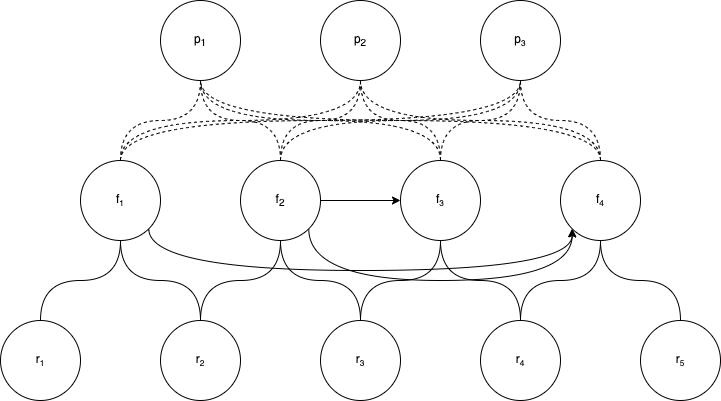
This is publication_2/images/graph.png from Dambr/yewking, a draw.io export, as it was before one commit. Source tidied: cells renumbered, new cells last; positions are measured from the earlier drawing's top-left corner, leaving out a move shared by most shapes.
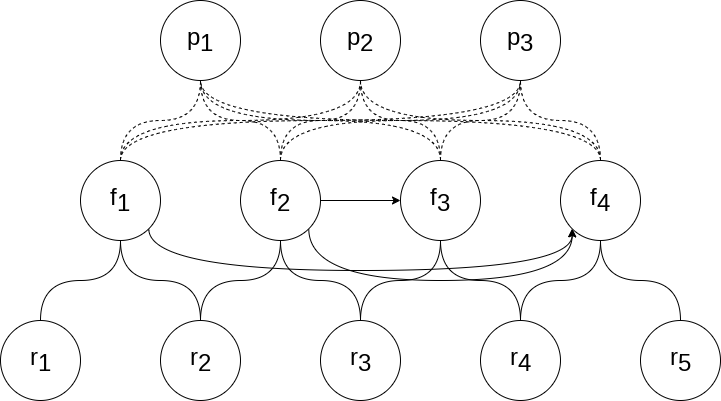
Above is the later version.

Diff of the diagram source:
```diff
@@ -2,19 +2,19 @@
   <root>
     <mxCell id="0" />
     <mxCell id="1" parent="0" />
-    <mxCell id="2" value="p&lt;sub&gt;1&lt;/sub&gt;" style="ellipse;whiteSpace=wrap;html=1;" parent="1" vertex="1">
+    <mxCell id="2" value="p&lt;sub style=&quot;font-size: 24px;&quot;&gt;1&lt;/sub&gt;" style="ellipse;whiteSpace=wrap;html=1;fontSize=24;" parent="1" vertex="1">
       <mxGeometry x="160" width="80" height="80" as="geometry" />
     </mxCell>
-    <mxCell id="3" value="p&lt;sub&gt;2&lt;/sub&gt;" style="ellipse;whiteSpace=wrap;html=1;" parent="1" vertex="1">
+    <mxCell id="3" value="p&lt;sub style=&quot;font-size: 24px;&quot;&gt;2&lt;/sub&gt;" style="ellipse;whiteSpace=wrap;html=1;fontSize=24;" parent="1" vertex="1">
       <mxGeometry x="320" width="80" height="80" as="geometry" />
     </mxCell>
-    <mxCell id="4" value="p&lt;span style=&quot;font-size: 10px;&quot;&gt;&lt;sub&gt;3&lt;/sub&gt;&lt;/span&gt;" style="ellipse;whiteSpace=wrap;html=1;" parent="1" vertex="1">
+    <mxCell id="4" value="p&lt;span style=&quot;font-size: 24px;&quot;&gt;&lt;sub style=&quot;font-size: 24px;&quot;&gt;3&lt;/sub&gt;&lt;/span&gt;" style="ellipse;whiteSpace=wrap;html=1;fontSize=24;" parent="1" vertex="1">
       <mxGeometry x="480" width="80" height="80" as="geometry" />
     </mxCell>
-    <mxCell id="5" style="edgeStyle=orthogonalEdgeStyle;curved=1;rounded=0;jettySize=auto;html=1;exitX=1;exitY=0.5;exitDx=0;exitDy=0;entryX=0;entryY=0.5;entryDx=0;entryDy=0;" parent="1" edge="1" source="10" target="19">
+    <mxCell id="5" style="edgeStyle=orthogonalEdgeStyle;curved=1;rounded=0;jettySize=auto;html=1;exitX=1;exitY=0.5;exitDx=0;exitDy=0;entryX=0;entryY=0.5;entryDx=0;entryDy=0;fontSize=24;" parent="1" edge="1" source="10" target="19">
       <mxGeometry relative="1" as="geometry" />
     </mxCell>
-    <mxCell id="6" style="edgeStyle=orthogonalEdgeStyle;curved=1;rounded=0;jettySize=auto;html=1;exitX=1;exitY=1;exitDx=0;exitDy=0;entryX=0;entryY=1;entryDx=0;entryDy=0;elbow=vertical;" parent="1" edge="1" source="10" target="23">
+    <mxCell id="6" style="edgeStyle=orthogonalEdgeStyle;curved=1;rounded=0;jettySize=auto;html=1;exitX=1;exitY=1;exitDx=0;exitDy=0;entryX=0;entryY=1;entryDx=0;entryDy=0;elbow=vertical;fontSize=24;" parent="1" edge="1" source="10" target="23">
       <mxGeometry relative="1" as="geometry">
         <Array as="points">
           <mxPoint x="308" y="280" />
@@ -22,28 +22,28 @@
         </Array>
       </mxGeometry>
     </mxCell>
-    <mxCell id="7" style="edgeStyle=orthogonalEdgeStyle;curved=1;rounded=0;jettySize=auto;html=1;exitX=0.5;exitY=0;exitDx=0;exitDy=0;entryX=0.5;entryY=1;entryDx=0;entryDy=0;elbow=vertical;dashed=1;endArrow=none;endFill=0;" parent="1" edge="1" source="10" target="2">
+    <mxCell id="7" style="edgeStyle=orthogonalEdgeStyle;curved=1;rounded=0;jettySize=auto;html=1;exitX=0.5;exitY=0;exitDx=0;exitDy=0;entryX=0.5;entryY=1;entryDx=0;entryDy=0;elbow=vertical;dashed=1;endArrow=none;endFill=0;fontSize=24;" parent="1" edge="1" source="10" target="2">
       <mxGeometry relative="1" as="geometry" />
     </mxCell>
-    <mxCell id="8" style="edgeStyle=orthogonalEdgeStyle;curved=1;rounded=0;jettySize=auto;html=1;exitX=0.5;exitY=0;exitDx=0;exitDy=0;entryX=0.5;entryY=1;entryDx=0;entryDy=0;elbow=vertical;endArrow=none;endFill=0;dashed=1;" parent="1" edge="1" source="10" target="3">
+    <mxCell id="8" style="edgeStyle=orthogonalEdgeStyle;curved=1;rounded=0;jettySize=auto;html=1;exitX=0.5;exitY=0;exitDx=0;exitDy=0;entryX=0.5;entryY=1;entryDx=0;entryDy=0;elbow=vertical;endArrow=none;endFill=0;dashed=1;fontSize=24;" parent="1" edge="1" source="10" target="3">
       <mxGeometry relative="1" as="geometry" />
     </mxCell>
-    <mxCell id="9" style="edgeStyle=orthogonalEdgeStyle;curved=1;rounded=0;jettySize=auto;html=1;exitX=0.5;exitY=0;exitDx=0;exitDy=0;entryX=0.5;entryY=1;entryDx=0;entryDy=0;elbow=vertical;endArrow=none;endFill=0;dashed=1;" parent="1" edge="1" source="10" target="4">
+    <mxCell id="9" style="edgeStyle=orthogonalEdgeStyle;curved=1;rounded=0;jettySize=auto;html=1;exitX=0.5;exitY=0;exitDx=0;exitDy=0;entryX=0.5;entryY=1;entryDx=0;entryDy=0;elbow=vertical;endArrow=none;endFill=0;dashed=1;fontSize=24;" parent="1" edge="1" source="10" target="4">
       <mxGeometry relative="1" as="geometry" />
     </mxCell>
-    <mxCell id="10" value="f&lt;sub&gt;2&lt;/sub&gt;" style="ellipse;whiteSpace=wrap;html=1;" parent="1" vertex="1">
+    <mxCell id="10" value="f&lt;sub style=&quot;font-size: 24px;&quot;&gt;2&lt;/sub&gt;" style="ellipse;whiteSpace=wrap;html=1;fontSize=24;" parent="1" vertex="1">
       <mxGeometry x="240" y="160" width="80" height="80" as="geometry" />
     </mxCell>
-    <mxCell id="11" style="edgeStyle=orthogonalEdgeStyle;curved=1;rounded=0;jettySize=auto;html=1;exitX=0.5;exitY=0;exitDx=0;exitDy=0;entryX=0.5;entryY=1;entryDx=0;entryDy=0;elbow=vertical;endArrow=none;endFill=0;dashed=1;" parent="1" edge="1" source="15" target="2">
+    <mxCell id="11" style="edgeStyle=orthogonalEdgeStyle;curved=1;rounded=0;jettySize=auto;html=1;exitX=0.5;exitY=0;exitDx=0;exitDy=0;entryX=0.5;entryY=1;entryDx=0;entryDy=0;elbow=vertical;endArrow=none;endFill=0;dashed=1;fontSize=24;" parent="1" edge="1" source="15" target="2">
       <mxGeometry relative="1" as="geometry" />
     </mxCell>
-    <mxCell id="12" style="edgeStyle=orthogonalEdgeStyle;curved=1;rounded=0;jettySize=auto;html=1;exitX=0.5;exitY=0;exitDx=0;exitDy=0;entryX=0.5;entryY=1;entryDx=0;entryDy=0;elbow=vertical;endArrow=none;endFill=0;dashed=1;" parent="1" edge="1" source="15" target="3">
+    <mxCell id="12" style="edgeStyle=orthogonalEdgeStyle;curved=1;rounded=0;jettySize=auto;html=1;exitX=0.5;exitY=0;exitDx=0;exitDy=0;entryX=0.5;entryY=1;entryDx=0;entryDy=0;elbow=vertical;endArrow=none;endFill=0;dashed=1;fontSize=24;" parent="1" edge="1" source="15" target="3">
       <mxGeometry relative="1" as="geometry" />
     </mxCell>
-    <mxCell id="13" style="edgeStyle=orthogonalEdgeStyle;curved=1;rounded=0;jettySize=auto;html=1;exitX=0.5;exitY=0;exitDx=0;exitDy=0;entryX=0.5;entryY=1;entryDx=0;entryDy=0;elbow=vertical;endArrow=none;endFill=0;dashed=1;" parent="1" edge="1" source="15" target="4">
+    <mxCell id="13" style="edgeStyle=orthogonalEdgeStyle;curved=1;rounded=0;jettySize=auto;html=1;exitX=0.5;exitY=0;exitDx=0;exitDy=0;entryX=0.5;entryY=1;entryDx=0;entryDy=0;elbow=vertical;endArrow=none;endFill=0;dashed=1;fontSize=24;" parent="1" edge="1" source="15" target="4">
       <mxGeometry relative="1" as="geometry" />
     </mxCell>
-    <mxCell id="14" style="edgeStyle=orthogonalEdgeStyle;curved=1;rounded=0;jettySize=auto;html=1;exitX=1;exitY=1;exitDx=0;exitDy=0;entryX=0;entryY=1;entryDx=0;entryDy=0;" parent="1" edge="1" source="15" target="23">
+    <mxCell id="14" style="edgeStyle=orthogonalEdgeStyle;curved=1;rounded=0;jettySize=auto;html=1;exitX=1;exitY=1;exitDx=0;exitDy=0;entryX=0;entryY=1;entryDx=0;entryDy=0;fontSize=24;" parent="1" edge="1" source="15" target="23">
       <mxGeometry relative="1" as="geometry">
         <Array as="points">
           <mxPoint x="148" y="270" />
@@ -51,70 +51,70 @@
         </Array>
       </mxGeometry>
     </mxCell>
-    <mxCell id="15" value="f&lt;span style=&quot;font-size: 10px;&quot;&gt;&lt;sub&gt;1&lt;/sub&gt;&lt;/span&gt;" style="ellipse;whiteSpace=wrap;html=1;" parent="1" vertex="1">
+    <mxCell id="15" value="f&lt;span style=&quot;font-size: 24px;&quot;&gt;&lt;sub style=&quot;font-size: 24px;&quot;&gt;1&lt;/sub&gt;&lt;/span&gt;" style="ellipse;whiteSpace=wrap;html=1;fontSize=24;" parent="1" vertex="1">
       <mxGeometry x="80" y="160" width="80" height="80" as="geometry" />
     </mxCell>
-    <mxCell id="16" style="edgeStyle=orthogonalEdgeStyle;curved=1;rounded=0;jettySize=auto;html=1;exitX=0.5;exitY=0;exitDx=0;exitDy=0;entryX=0.5;entryY=1;entryDx=0;entryDy=0;elbow=vertical;endArrow=none;endFill=0;dashed=1;" parent="1" edge="1" source="19" target="2">
+    <mxCell id="16" style="edgeStyle=orthogonalEdgeStyle;curved=1;rounded=0;jettySize=auto;html=1;exitX=0.5;exitY=0;exitDx=0;exitDy=0;entryX=0.5;entryY=1;entryDx=0;entryDy=0;elbow=vertical;endArrow=none;endFill=0;dashed=1;fontSize=24;" parent="1" edge="1" source="19" target="2">
       <mxGeometry relative="1" as="geometry" />
     </mxCell>
-    <mxCell id="17" style="edgeStyle=orthogonalEdgeStyle;curved=1;rounded=0;jettySize=auto;html=1;exitX=0.5;exitY=0;exitDx=0;exitDy=0;entryX=0.5;entryY=1;entryDx=0;entryDy=0;elbow=vertical;endArrow=none;endFill=0;dashed=1;" parent="1" edge="1" source="19" target="3">
+    <mxCell id="17" style="edgeStyle=orthogonalEdgeStyle;curved=1;rounded=0;jettySize=auto;html=1;exitX=0.5;exitY=0;exitDx=0;exitDy=0;entryX=0.5;entryY=1;entryDx=0;entryDy=0;elbow=vertical;endArrow=none;endFill=0;dashed=1;fontSize=24;" parent="1" edge="1" source="19" target="3">
       <mxGeometry relative="1" as="geometry" />
     </mxCell>
-    <mxCell id="18" style="edgeStyle=orthogonalEdgeStyle;curved=1;rounded=0;jettySize=auto;html=1;exitX=0.5;exitY=0;exitDx=0;exitDy=0;entryX=0.5;entryY=1;entryDx=0;entryDy=0;elbow=vertical;endArrow=none;endFill=0;dashed=1;" parent="1" edge="1" source="19" target="4">
+    <mxCell id="18" style="edgeStyle=orthogonalEdgeStyle;curved=1;rounded=0;jettySize=auto;html=1;exitX=0.5;exitY=0;exitDx=0;exitDy=0;entryX=0.5;entryY=1;entryDx=0;entryDy=0;elbow=vertical;endArrow=none;endFill=0;dashed=1;fontSize=24;" parent="1" edge="1" source="19" target="4">
       <mxGeometry relative="1" as="geometry" />
     </mxCell>
-    <mxCell id="19" value="f&lt;span style=&quot;font-size: 10px;&quot;&gt;&lt;sub&gt;3&lt;/sub&gt;&lt;/span&gt;" style="ellipse;whiteSpace=wrap;html=1;" parent="1" vertex="1">
+    <mxCell id="19" value="f&lt;span style=&quot;font-size: 24px;&quot;&gt;&lt;sub style=&quot;font-size: 24px;&quot;&gt;3&lt;/sub&gt;&lt;/span&gt;" style="ellipse;whiteSpace=wrap;html=1;fontSize=24;" parent="1" vertex="1">
       <mxGeometry x="400" y="160" width="80" height="80" as="geometry" />
     </mxCell>
-    <mxCell id="20" style="edgeStyle=orthogonalEdgeStyle;curved=1;rounded=0;jettySize=auto;html=1;exitX=0.5;exitY=0;exitDx=0;exitDy=0;entryX=0.5;entryY=1;entryDx=0;entryDy=0;elbow=vertical;endArrow=none;endFill=0;dashed=1;" parent="1" edge="1" source="23" target="2">
+    <mxCell id="20" style="edgeStyle=orthogonalEdgeStyle;curved=1;rounded=0;jettySize=auto;html=1;exitX=0.5;exitY=0;exitDx=0;exitDy=0;entryX=0.5;entryY=1;entryDx=0;entryDy=0;elbow=vertical;endArrow=none;endFill=0;dashed=1;fontSize=24;" parent="1" edge="1" source="23" target="2">
       <mxGeometry relative="1" as="geometry" />
     </mxCell>
-    <mxCell id="21" style="edgeStyle=orthogonalEdgeStyle;curved=1;rounded=0;jettySize=auto;html=1;exitX=0.5;exitY=0;exitDx=0;exitDy=0;entryX=0.5;entryY=1;entryDx=0;entryDy=0;elbow=vertical;endArrow=none;endFill=0;dashed=1;" parent="1" edge="1" source="23" target="3">
+    <mxCell id="21" style="edgeStyle=orthogonalEdgeStyle;curved=1;rounded=0;jettySize=auto;html=1;exitX=0.5;exitY=0;exitDx=0;exitDy=0;entryX=0.5;entryY=1;entryDx=0;entryDy=0;elbow=vertical;endArrow=none;endFill=0;dashed=1;fontSize=24;" parent="1" edge="1" source="23" target="3">
       <mxGeometry relative="1" as="geometry" />
     </mxCell>
-    <mxCell id="22" style="edgeStyle=orthogonalEdgeStyle;curved=1;rounded=0;jettySize=auto;html=1;exitX=0.5;exitY=0;exitDx=0;exitDy=0;entryX=0.5;entryY=1;entryDx=0;entryDy=0;elbow=vertical;endArrow=none;endFill=0;dashed=1;" parent="1" edge="1" source="23" target="4">
+    <mxCell id="22" style="edgeStyle=orthogonalEdgeStyle;curved=1;rounded=0;jettySize=auto;html=1;exitX=0.5;exitY=0;exitDx=0;exitDy=0;entryX=0.5;entryY=1;entryDx=0;entryDy=0;elbow=vertical;endArrow=none;endFill=0;dashed=1;fontSize=24;" parent="1" edge="1" source="23" target="4">
       <mxGeometry relative="1" as="geometry" />
     </mxCell>
-    <mxCell id="23" value="f&lt;span style=&quot;font-size: 10px;&quot;&gt;&lt;sub&gt;4&lt;/sub&gt;&lt;/span&gt;" style="ellipse;whiteSpace=wrap;html=1;" parent="1" vertex="1">
+    <mxCell id="23" value="f&lt;span style=&quot;font-size: 24px;&quot;&gt;&lt;sub style=&quot;font-size: 24px;&quot;&gt;4&lt;/sub&gt;&lt;/span&gt;" style="ellipse;whiteSpace=wrap;html=1;fontSize=24;" parent="1" vertex="1">
       <mxGeometry x="560" y="160" width="80" height="80" as="geometry" />
     </mxCell>
-    <mxCell id="24" style="edgeStyle=orthogonalEdgeStyle;curved=1;rounded=0;jettySize=auto;html=1;exitX=0.5;exitY=0;exitDx=0;exitDy=0;entryX=0.5;entryY=1;entryDx=0;entryDy=0;endArrow=none;endFill=0;" parent="1" edge="1" source="25" target="15">
+    <mxCell id="24" style="edgeStyle=orthogonalEdgeStyle;curved=1;rounded=0;jettySize=auto;html=1;exitX=0.5;exitY=0;exitDx=0;exitDy=0;entryX=0.5;entryY=1;entryDx=0;entryDy=0;endArrow=none;endFill=0;fontSize=24;" parent="1" edge="1" source="25" target="15">
       <mxGeometry relative="1" as="geometry" />
     </mxCell>
-    <mxCell id="25" value="r&lt;span style=&quot;font-size: 10px;&quot;&gt;&lt;sub&gt;1&lt;/sub&gt;&lt;/span&gt;" style="ellipse;whiteSpace=wrap;html=1;" parent="1" vertex="1">
+    <mxCell id="25" value="r&lt;span style=&quot;font-size: 24px;&quot;&gt;&lt;sub style=&quot;font-size: 24px;&quot;&gt;1&lt;/sub&gt;&lt;/span&gt;" style="ellipse;whiteSpace=wrap;html=1;fontSize=24;" parent="1" vertex="1">
       <mxGeometry y="320" width="80" height="80" as="geometry" />
     </mxCell>
-    <mxCell id="26" style="edgeStyle=orthogonalEdgeStyle;curved=1;rounded=0;jettySize=auto;html=1;exitX=0.5;exitY=0;exitDx=0;exitDy=0;entryX=0.5;entryY=1;entryDx=0;entryDy=0;endArrow=none;endFill=0;" parent="1" edge="1" source="28" target="15">
+    <mxCell id="26" style="edgeStyle=orthogonalEdgeStyle;curved=1;rounded=0;jettySize=auto;html=1;exitX=0.5;exitY=0;exitDx=0;exitDy=0;entryX=0.5;entryY=1;entryDx=0;entryDy=0;endArrow=none;endFill=0;fontSize=24;" parent="1" edge="1" source="28" target="15">
       <mxGeometry relative="1" as="geometry" />
     </mxCell>
-    <mxCell id="27" style="edgeStyle=orthogonalEdgeStyle;curved=1;rounded=0;jettySize=auto;html=1;exitX=0.5;exitY=0;exitDx=0;exitDy=0;entryX=0.5;entryY=1;entryDx=0;entryDy=0;endArrow=none;endFill=0;" parent="1" edge="1" source="28" target="10">
+    <mxCell id="27" style="edgeStyle=orthogonalEdgeStyle;curved=1;rounded=0;jettySize=auto;html=1;exitX=0.5;exitY=0;exitDx=0;exitDy=0;entryX=0.5;entryY=1;entryDx=0;entryDy=0;endArrow=none;endFill=0;fontSize=24;" parent="1" edge="1" source="28" target="10">
       <mxGeometry relative="1" as="geometry" />
     </mxCell>
-    <mxCell id="28" value="r&lt;span style=&quot;font-size: 10px;&quot;&gt;&lt;sub&gt;2&lt;/sub&gt;&lt;/span&gt;" style="ellipse;whiteSpace=wrap;html=1;" parent="1" vertex="1">
+    <mxCell id="28" value="r&lt;span style=&quot;font-size: 24px;&quot;&gt;&lt;sub style=&quot;font-size: 24px;&quot;&gt;2&lt;/sub&gt;&lt;/span&gt;" style="ellipse;whiteSpace=wrap;html=1;fontSize=24;" parent="1" vertex="1">
       <mxGeometry x="160" y="320" width="80" height="80" as="geometry" />
     </mxCell>
-    <mxCell id="29" style="edgeStyle=orthogonalEdgeStyle;curved=1;rounded=0;jettySize=auto;html=1;exitX=0.5;exitY=0;exitDx=0;exitDy=0;entryX=0.5;entryY=1;entryDx=0;entryDy=0;endArrow=none;endFill=0;" parent="1" edge="1" source="31" target="10">
+    <mxCell id="29" style="edgeStyle=orthogonalEdgeStyle;curved=1;rounded=0;jettySize=auto;html=1;exitX=0.5;exitY=0;exitDx=0;exitDy=0;entryX=0.5;entryY=1;entryDx=0;entryDy=0;endArrow=none;endFill=0;fontSize=24;" parent="1" edge="1" source="31" target="10">
       <mxGeometry relative="1" as="geometry" />
     </mxCell>
-    <mxCell id="30" style="edgeStyle=orthogonalEdgeStyle;curved=1;rounded=0;jettySize=auto;html=1;exitX=0.5;exitY=0;exitDx=0;exitDy=0;entryX=0.5;entryY=1;entryDx=0;entryDy=0;endArrow=none;endFill=0;" parent="1" edge="1" source="31" target="19">
+    <mxCell id="30" style="edgeStyle=orthogonalEdgeStyle;curved=1;rounded=0;jettySize=auto;html=1;exitX=0.5;exitY=0;exitDx=0;exitDy=0;entryX=0.5;entryY=1;entryDx=0;entryDy=0;endArrow=none;endFill=0;fontSize=24;" parent="1" edge="1" source="31" target="19">
       <mxGeometry relative="1" as="geometry" />
     </mxCell>
-    <mxCell id="31" value="r&lt;span style=&quot;font-size: 10px;&quot;&gt;&lt;sub&gt;3&lt;/sub&gt;&lt;/span&gt;" style="ellipse;whiteSpace=wrap;html=1;" parent="1" vertex="1">
+    <mxCell id="31" value="r&lt;span style=&quot;font-size: 24px;&quot;&gt;&lt;sub style=&quot;font-size: 24px;&quot;&gt;3&lt;/sub&gt;&lt;/span&gt;" style="ellipse;whiteSpace=wrap;html=1;fontSize=24;" parent="1" vertex="1">
       <mxGeometry x="320" y="320" width="80" height="80" as="geometry" />
     </mxCell>
-    <mxCell id="32" style="edgeStyle=orthogonalEdgeStyle;curved=1;rounded=0;jettySize=auto;html=1;exitX=0.5;exitY=0;exitDx=0;exitDy=0;entryX=0.5;entryY=1;entryDx=0;entryDy=0;endArrow=none;endFill=0;" parent="1" edge="1" source="34" target="19">
+    <mxCell id="32" style="edgeStyle=orthogonalEdgeStyle;curved=1;rounded=0;jettySize=auto;html=1;exitX=0.5;exitY=0;exitDx=0;exitDy=0;entryX=0.5;entryY=1;entryDx=0;entryDy=0;endArrow=none;endFill=0;fontSize=24;" parent="1" edge="1" source="34" target="19">
       <mxGeometry relative="1" as="geometry" />
     </mxCell>
-    <mxCell id="33" style="edgeStyle=orthogonalEdgeStyle;curved=1;rounded=0;jettySize=auto;html=1;exitX=0.5;exitY=0;exitDx=0;exitDy=0;entryX=0.5;entryY=1;entryDx=0;entryDy=0;endArrow=none;endFill=0;" parent="1" edge="1" source="34" target="23">
+    <mxCell id="33" style="edgeStyle=orthogonalEdgeStyle;curved=1;rounded=0;jettySize=auto;html=1;exitX=0.5;exitY=0;exitDx=0;exitDy=0;entryX=0.5;entryY=1;entryDx=0;entryDy=0;endArrow=none;endFill=0;fontSize=24;" parent="1" edge="1" source="34" target="23">
       <mxGeometry relative="1" as="geometry" />
     </mxCell>
-    <mxCell id="34" value="r&lt;span style=&quot;font-size: 10px;&quot;&gt;&lt;sub&gt;4&lt;/sub&gt;&lt;/span&gt;" style="ellipse;whiteSpace=wrap;html=1;" parent="1" vertex="1">
+    <mxCell id="34" value="r&lt;span style=&quot;font-size: 24px;&quot;&gt;&lt;sub style=&quot;font-size: 24px;&quot;&gt;4&lt;/sub&gt;&lt;/span&gt;" style="ellipse;whiteSpace=wrap;html=1;fontSize=24;" parent="1" vertex="1">
       <mxGeometry x="480" y="320" width="80" height="80" as="geometry" />
     </mxCell>
-    <mxCell id="35" style="edgeStyle=orthogonalEdgeStyle;curved=1;rounded=0;jettySize=auto;html=1;exitX=0.5;exitY=0;exitDx=0;exitDy=0;entryX=0.5;entryY=1;entryDx=0;entryDy=0;endArrow=none;endFill=0;" parent="1" edge="1" source="36" target="23">
+    <mxCell id="35" style="edgeStyle=orthogonalEdgeStyle;curved=1;rounded=0;jettySize=auto;html=1;exitX=0.5;exitY=0;exitDx=0;exitDy=0;entryX=0.5;entryY=1;entryDx=0;entryDy=0;endArrow=none;endFill=0;fontSize=24;" parent="1" edge="1" source="36" target="23">
       <mxGeometry relative="1" as="geometry" />
     </mxCell>
-    <mxCell id="36" value="r&lt;span style=&quot;font-size: 10px;&quot;&gt;&lt;sub&gt;5&lt;/sub&gt;&lt;/span&gt;" style="ellipse;whiteSpace=wrap;html=1;" parent="1" vertex="1">
+    <mxCell id="36" value="r&lt;span style=&quot;font-size: 24px;&quot;&gt;&lt;sub style=&quot;font-size: 24px;&quot;&gt;5&lt;/sub&gt;&lt;/span&gt;" style="ellipse;whiteSpace=wrap;html=1;fontSize=24;" parent="1" vertex="1">
       <mxGeometry x="640" y="320" width="80" height="80" as="geometry" />
     </mxCell>
   </root>
```
